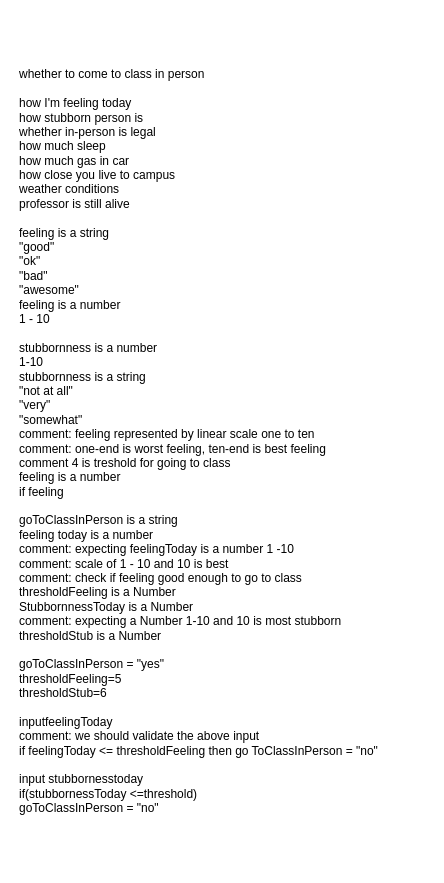
This is gotoclass Diagram.drawio from atimmer1/First-CSCS-1240, a draw.io file, before an edit. Source tidied: cells renumbered, new cells numbered last; positions are measured from the earlier drawing's top-left corner, leaving out a move shared by most shapes. Both pictures are drawn from the tidied source at 100%, with x=0, y=0 at pixel (17, 46).
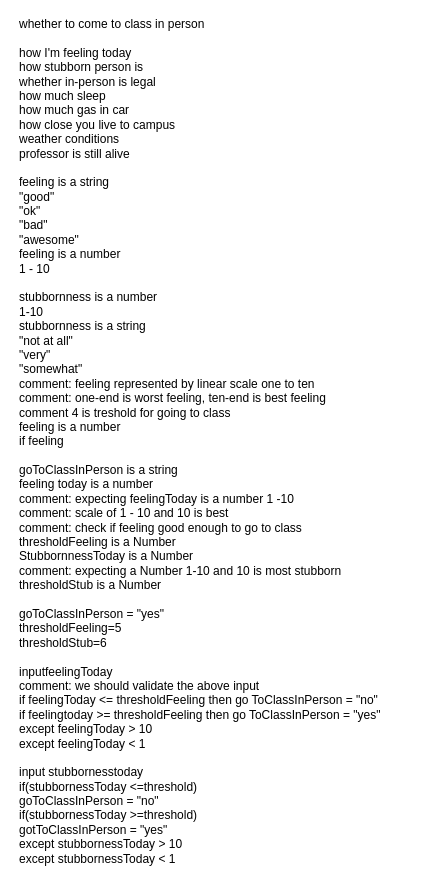
After the change.

What changed in the source:
```diff
@@
 <mxGraphModel>
   <root>
     <mxCell id="0" />
     <mxCell id="1" parent="0" />
-    <mxCell id="2" value="whether to come to class in person&lt;br&gt;&lt;br&gt;how I'm feeling today&lt;br&gt;how stubborn person is&lt;br&gt;whether in-person is legal&lt;br&gt;how much sleep&lt;br&gt;how much gas in car&lt;br&gt;how close you live to campus&lt;br&gt;weather conditions&lt;br&gt;professor is still alive&lt;br&gt;&lt;br&gt;feeling is a string&amp;nbsp;&lt;br&gt;&quot;good&quot;&lt;br&gt;&quot;ok&quot;&lt;br&gt;&quot;bad&quot;&lt;br&gt;&quot;awesome&quot;&lt;br&gt;feeling is a number&amp;nbsp;&lt;br&gt;1 - 10&lt;br&gt;&lt;br&gt;stubbornness is a number&amp;nbsp;&lt;br&gt;1-10&lt;br&gt;stubbornness is a string&amp;nbsp;&lt;br&gt;&quot;not at all&quot;&lt;br&gt;&quot;very&quot;&lt;br&gt;&quot;somewhat&quot;&lt;br&gt;comment: feeling represented by linear scale one to ten&lt;br&gt;comment: one-end is worst feeling, ten-end is best feeling&lt;br&gt;comment 4 is treshold for going to class&lt;br&gt;feeling is a number&lt;br&gt;if feeling&amp;nbsp;&lt;br&gt;&lt;br&gt;goToClassInPerson is a string&lt;br&gt;feeling today is a number&amp;nbsp;&lt;br&gt;comment: expecting feelingToday is a number 1 -10&lt;br&gt;comment: scale of 1 - 10 and 10 is best&lt;br&gt;comment: check if feeling good enough to go to class&lt;br&gt;thresholdFeeling is a Number&lt;br&gt;StubbornnessToday is a Number&lt;br&gt;comment: expecting a Number 1-10 and 10 is most stubborn&lt;br&gt;thresholdStub is a Number&lt;br&gt;&lt;br&gt;goToClassInPerson = &quot;yes&quot;&lt;br&gt;thresholdFeeling=5&lt;br&gt;thresholdStub=6&lt;br&gt;&lt;br&gt;inputfeelingToday&lt;br&gt;comment: we should validate the above input&lt;br&gt;if feelingToday &amp;lt;= thresholdFeeling then go ToClassInPerson = &quot;no&quot;&lt;br&gt;&lt;br&gt;input stubbornesstoday&lt;br&gt;if(stubbornessToday &amp;lt;=threshold)&lt;br&gt;goToClassInPerson = &quot;no&quot;" style="text;html=1;strokeColor=none;fillColor=none;align=left;verticalAlign=middle;whiteSpace=wrap;rounded=0;" parent="1" vertex="1">
+    <mxCell id="2" value="whether to come to class in person&lt;br&gt;&lt;br&gt;how I'm feeling today&lt;br&gt;how stubborn person is&lt;br&gt;whether in-person is legal&lt;br&gt;how much sleep&lt;br&gt;how much gas in car&lt;br&gt;how close you live to campus&lt;br&gt;weather conditions&lt;br&gt;professor is still alive&lt;br&gt;&lt;br&gt;feeling is a string&amp;nbsp;&lt;br&gt;&quot;good&quot;&lt;br&gt;&quot;ok&quot;&lt;br&gt;&quot;bad&quot;&lt;br&gt;&quot;awesome&quot;&lt;br&gt;feeling is a number&amp;nbsp;&lt;br&gt;1 - 10&lt;br&gt;&lt;br&gt;stubbornness is a number&amp;nbsp;&lt;br&gt;1-10&lt;br&gt;stubbornness is a string&amp;nbsp;&lt;br&gt;&quot;not at all&quot;&lt;br&gt;&quot;very&quot;&lt;br&gt;&quot;somewhat&quot;&lt;br&gt;comment: feeling represented by linear scale one to ten&lt;br&gt;comment: one-end is worst feeling, ten-end is best feeling&lt;br&gt;comment 4 is treshold for going to class&lt;br&gt;feeling is a number&lt;br&gt;if feeling&amp;nbsp;&lt;br&gt;&lt;br&gt;goToClassInPerson is a string&lt;br&gt;feeling today is a number&amp;nbsp;&lt;br&gt;comment: expecting feelingToday is a number 1 -10&lt;br&gt;comment: scale of 1 - 10 and 10 is best&lt;br&gt;comment: check if feeling good enough to go to class&lt;br&gt;thresholdFeeling is a Number&lt;br&gt;StubbornnessToday is a Number&lt;br&gt;comment: expecting a Number 1-10 and 10 is most stubborn&lt;br&gt;thresholdStub is a Number&lt;br&gt;&lt;br&gt;goToClassInPerson = &quot;yes&quot;&lt;br&gt;thresholdFeeling=5&lt;br&gt;thresholdStub=6&lt;br&gt;&lt;br&gt;inputfeelingToday&amp;nbsp;&lt;br&gt;comment: we should validate the above input&lt;br&gt;if feelingToday &amp;lt;= thresholdFeeling then go ToClassInPerson = &quot;no&quot;&lt;br&gt;if feelingtoday &amp;gt;= thresholdFeeling then go ToClassInPerson = &quot;yes&quot;&lt;br&gt;except feelingToday &amp;gt; 10&lt;br&gt;except feelingToday &amp;lt; 1&lt;br&gt;&lt;br&gt;input stubbornesstoday&lt;br&gt;if(stubbornessToday &amp;lt;=threshold)&lt;br&gt;goToClassInPerson = &quot;no&quot;&lt;br&gt;if(stubbornessToday &amp;gt;=threshold)&lt;br&gt;gotToClassInPerson = &quot;yes&quot;&lt;br&gt;except stubbornessToday &amp;gt; 10&lt;br&gt;except stubbornessToday &amp;lt; 1&amp;nbsp;" style="text;html=1;strokeColor=none;fillColor=none;align=left;verticalAlign=middle;whiteSpace=wrap;rounded=0;" parent="1" vertex="1">
       <mxGeometry width="410" height="790" as="geometry" />
     </mxCell>
   </root>
 </mxGraphModel>
```
